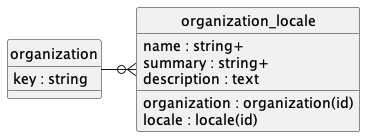
This is doc/concepts/organization/uml.png from contactopensource/contactopensource, a PlantUML export, as it was before one commit. Its diagram source:
```plantuml
@startuml uml
skinparam monochrome true
skinparam linetype ortho
hide circle

entity organization {
    key : string
}

entity organization_locale {
    organization : organization(id)
    locale : locale(id)
    name : string+
    summary : string+
    description : text
}

organization -r-o{ organization_locale

@enduml
```
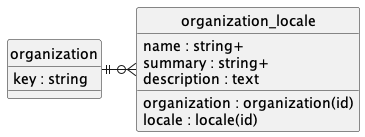
After the commit.

Diff of the diagram source:
```diff
@@ -15,6 +15,6 @@
     description : text
 }
 
-organization -r-o{ organization_locale
+organization ||-r-o{ organization_locale
 
 @enduml
```
